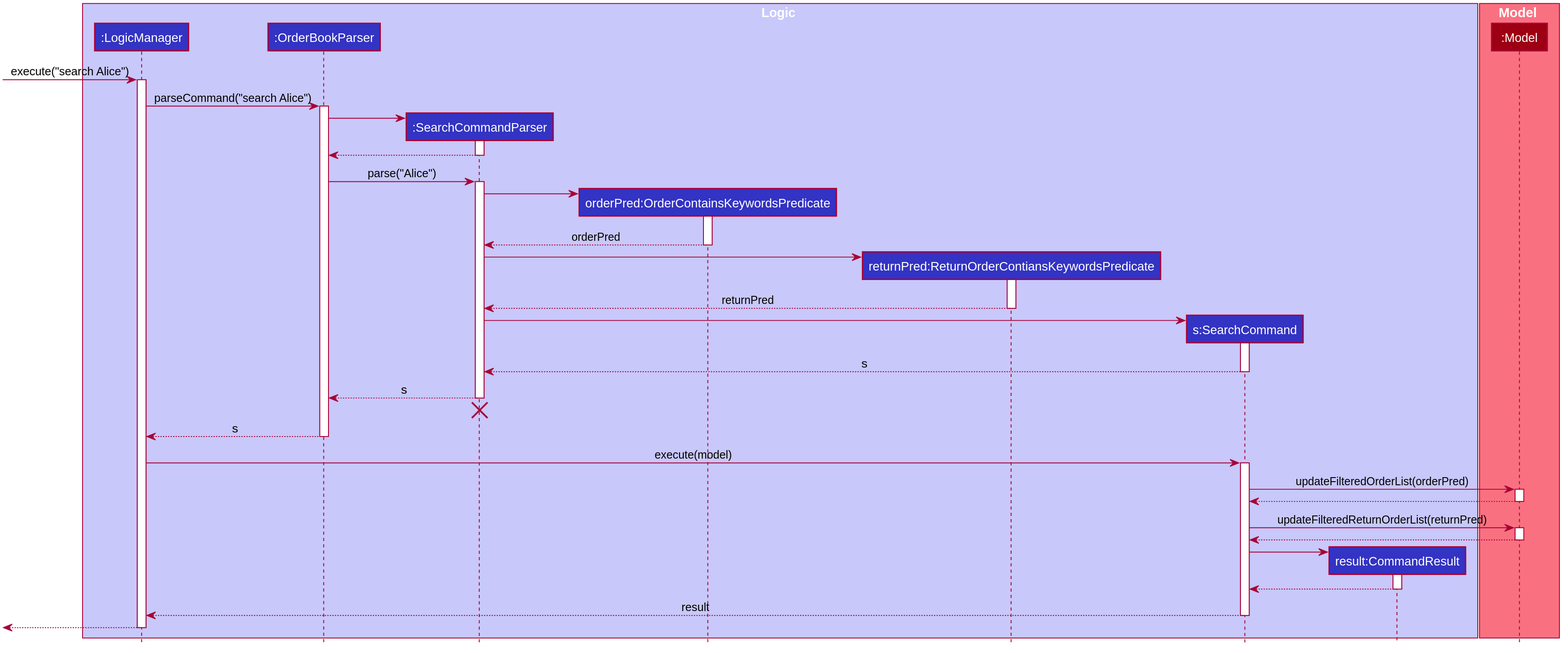
Above: docs/images/SearchCommandSequenceDiagram.svg in nus-cs2103-AY1920S2/addressbook-level3 (PlantUML), before the change.
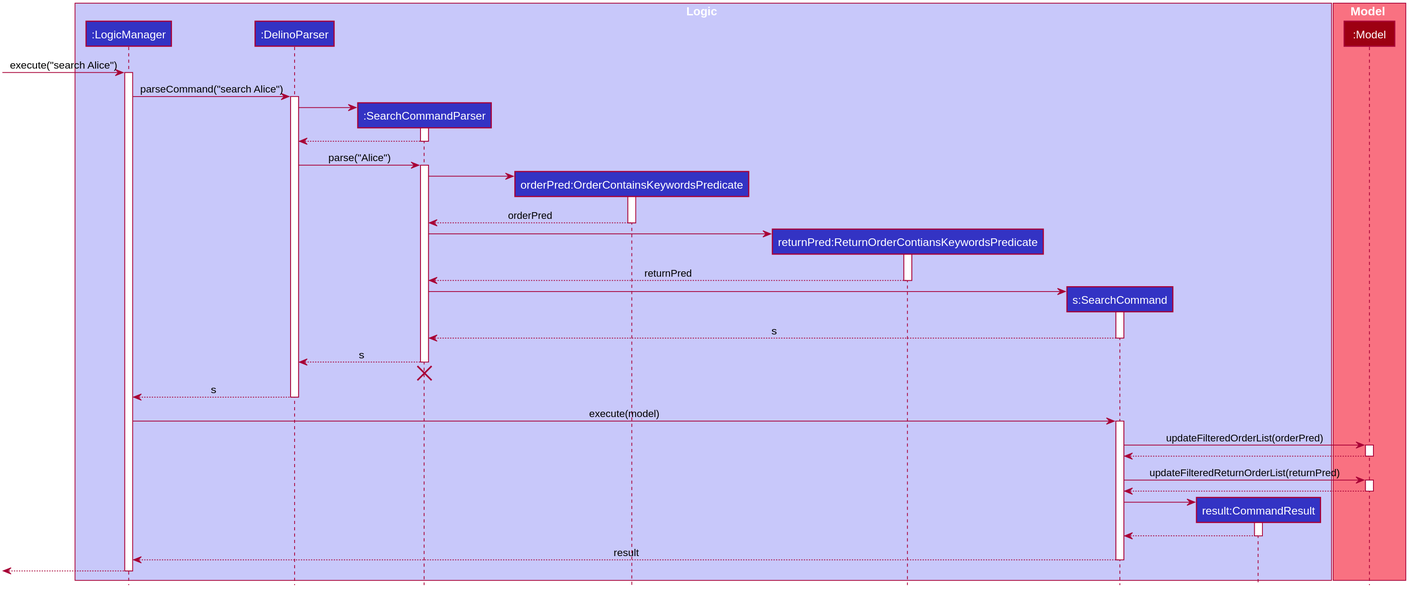
The same diagram one commit later.

Commit message:
Update UML sequence diagram for DelinoParser

What changed in the source:
```diff
@@ -49,7 +49,7 @@
 hide circle
 box Logic #C8C8FA
 participant ":LogicManager" as LogicManager #3333C4
-participant ":OrderBookParser" as OrderBookParser #3333C4
+participant ":DelinoParser" as DelinoParser #3333C4
 participant ":SearchCommandParser" as SearchCommandParser #3333C4
 participant "orderPred:OrderContainsKeywordsPredicate" as OrderContainsKeywordsPredicate #3333C4
 participant "returnPred:ReturnOrderContiansKeywordsPredicate" as ReturnOrderContiansKeywordsPredicate #3333C4
@@ -64,17 +64,17 @@
 [-> LogicManager : execute("search Alice")
 activate LogicManager
 
-LogicManager -> OrderBookParser : parseCommand("search Alice")
-activate OrderBookParser
+LogicManager -> DelinoParser : parseCommand("search Alice")
+activate DelinoParser
 
 create SearchCommandParser
-OrderBookParser -> SearchCommandParser
+DelinoParser -> SearchCommandParser
 activate SearchCommandParser
 
-SearchCommandParser --> OrderBookParser
+SearchCommandParser --> DelinoParser
 deactivate SearchCommandParser
 
-OrderBookParser -> SearchCommandParser : parse("Alice")
+DelinoParser -> SearchCommandParser : parse("Alice")
 activate SearchCommandParser
 
 create OrderContainsKeywordsPredicate
@@ -98,13 +98,13 @@
 SearchCommand --> SearchCommandParser : s
 deactivate SearchCommand
 
-SearchCommandParser --> OrderBookParser : s
+SearchCommandParser --> DelinoParser : s
 deactivate SearchCommandParser
-SearchCommandParser -[hidden]-> OrderBookParser
+SearchCommandParser -[hidden]-> DelinoParser
 destroy SearchCommandParser
 
-OrderBookParser --> LogicManager : s
-deactivate OrderBookParser
+DelinoParser --> LogicManager : s
+deactivate DelinoParser
 
 LogicManager -> SearchCommand : execute(model)
 activate SearchCommand
```
